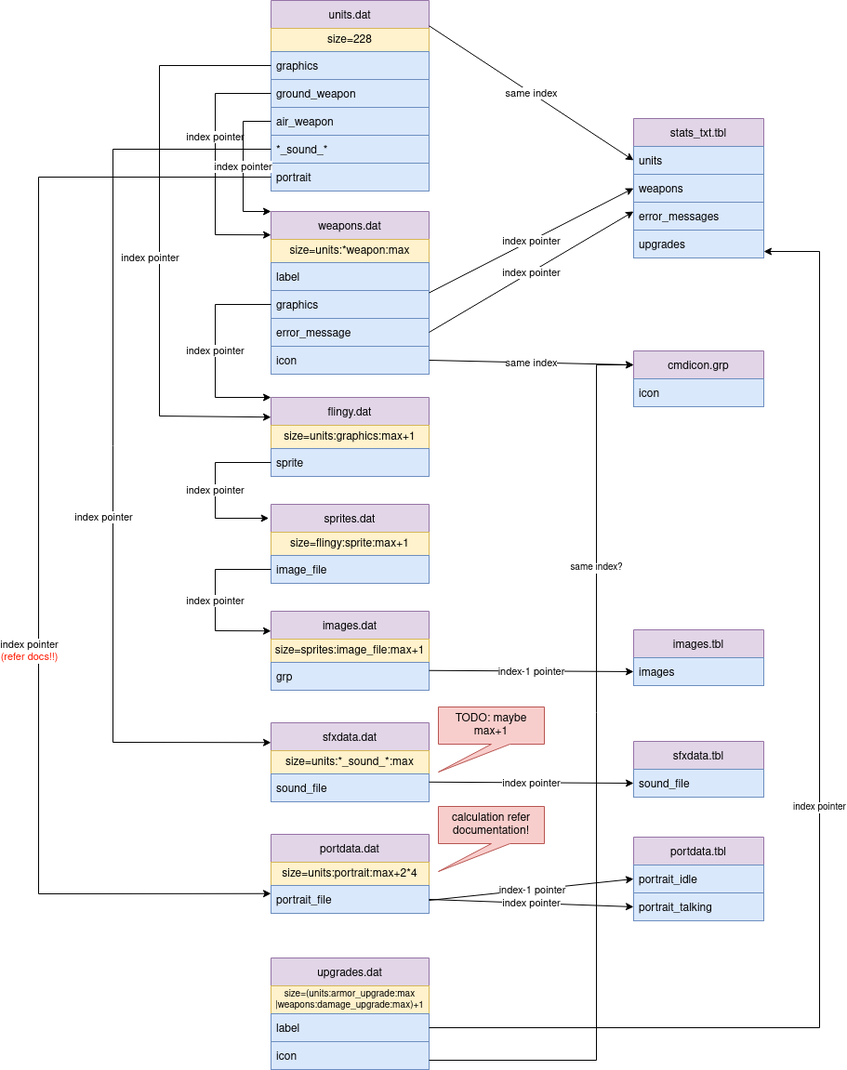
Earlier version of the draw.io export doc/sc_dat_architecture.drawio.png (Wargus/stargus). Source tidied: cells renumbered, new cells last; positions are measured from the earlier drawing's top-left corner, leaving out a move shared by most shapes.
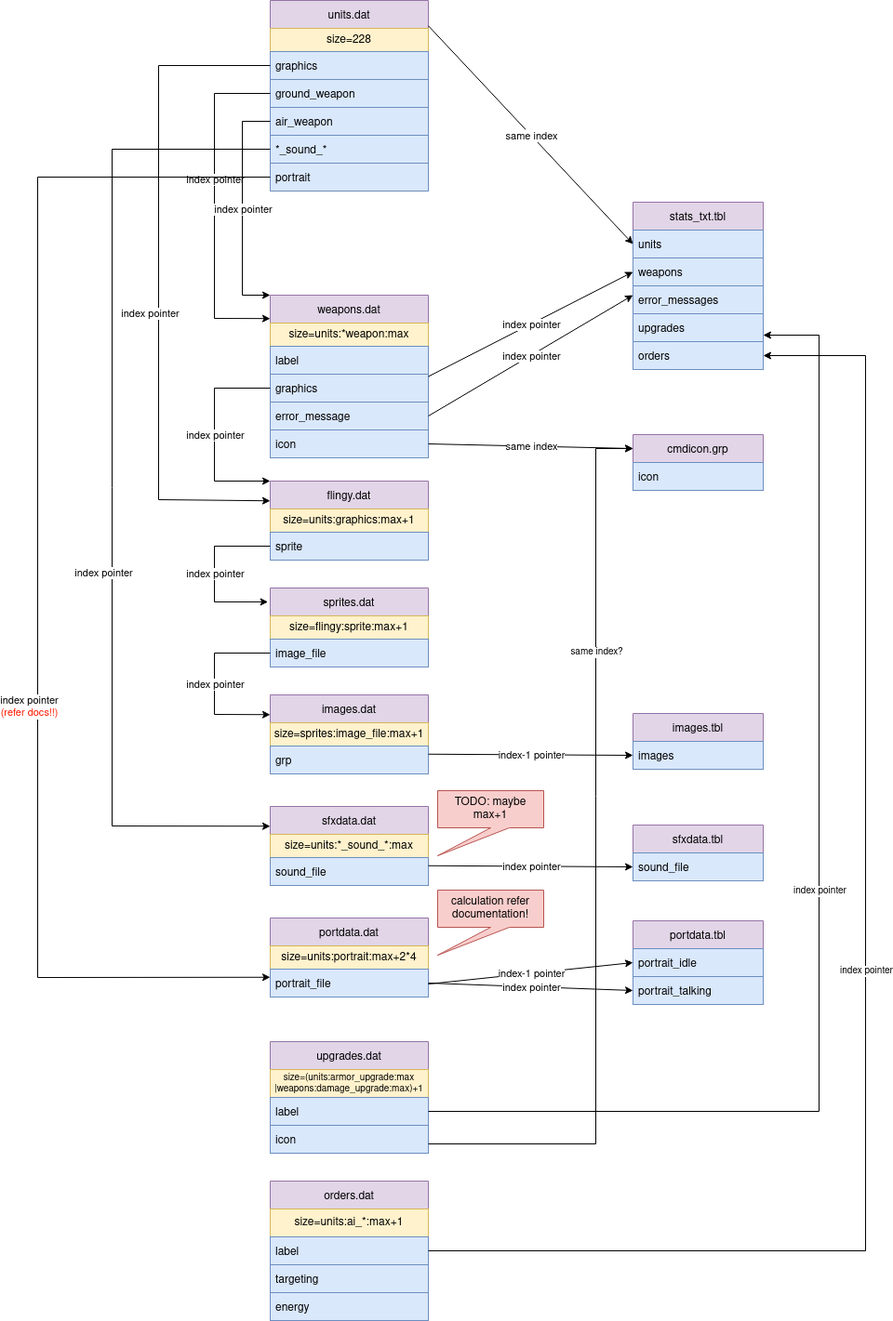
The same diagram one commit later.

The edit, as a diff of the source:
```diff
@@ -3,7 +3,7 @@
     <mxCell id="0" />
     <mxCell id="1" parent="0" />
     <mxCell id="2" value="units.dat" style="swimlane;fontStyle=0;horizontal=1;startSize=30;fillColor=#e1d5e7;strokeColor=#9673a6;" parent="1" vertex="1">
-      <mxGeometry x="250" width="170" height="205" as="geometry" />
+      <mxGeometry x="250" y="-90" width="170" height="205" as="geometry" />
     </mxCell>
     <mxCell id="3" value="size=228" style="rounded=0;whiteSpace=wrap;html=1;fillColor=#fff2cc;strokeColor=#d6b656;" parent="2" vertex="1">
       <mxGeometry y="30" width="170" height="25" as="geometry" />
@@ -69,7 +69,7 @@
       <mxGeometry y="55" width="170" height="30" as="geometry" />
     </mxCell>
     <mxCell id="24" value="stats_txt.tbl" style="swimlane;fontStyle=0;horizontal=1;startSize=30;fillColor=#e1d5e7;strokeColor=#9673a6;" parent="1" vertex="1">
-      <mxGeometry x="640" y="127" width="140" height="150" as="geometry" />
+      <mxGeometry x="640" y="127" width="140" height="180" as="geometry" />
     </mxCell>
     <mxCell id="25" value="units" style="text;strokeColor=#6c8ebf;fillColor=#dae8fc;align=left;verticalAlign=middle;spacingLeft=4;spacingRight=4;overflow=hidden;points=[[0,0.5],[1,0.5]];portConstraint=eastwest;" parent="24" vertex="1">
       <mxGeometry y="30" width="140" height="30" as="geometry" />
@@ -83,6 +83,9 @@
     <mxCell id="28" value="upgrades" style="text;strokeColor=#6c8ebf;fillColor=#dae8fc;align=left;verticalAlign=middle;spacingLeft=4;spacingRight=4;overflow=hidden;" parent="24" vertex="1">
       <mxGeometry y="120" width="140" height="30" as="geometry" />
     </mxCell>
+    <mxCell id="86" value="orders" style="text;strokeColor=#6c8ebf;fillColor=#dae8fc;align=left;verticalAlign=middle;spacingLeft=4;spacingRight=4;overflow=hidden;points=[[0,0.5],[1,0.5]];portConstraint=eastwest;" parent="24" vertex="1">
+      <mxGeometry y="150" width="140" height="30" as="geometry" />
+    </mxCell>
     <mxCell id="29" value="kk" style="endArrow=classic;html=1;rounded=0;exitX=1;exitY=0.133;exitDx=0;exitDy=0;entryX=0;entryY=0.5;entryDx=0;entryDy=0;exitPerimeter=0;" parent="1" edge="1" source="2" target="25">
       <mxGeometry relative="1" as="geometry" />
     </mxCell>
@@ -106,7 +109,7 @@
     <mxCell id="35" style="endArrow=classic;html=1;rounded=0;exitX=0;exitY=0.5;exitDx=0;exitDy=0;entryX=0;entryY=0.25;entryDx=0;entryDy=0;" parent="1" edge="1" source="4" target="15">
       <mxGeometry relative="1" as="geometry">
         <Array as="points">
-          <mxPoint x="130" y="70" />
+          <mxPoint x="130" y="-20" />
           <mxPoint x="130" y="447" />
         </Array>
       </mxGeometry>
@@ -147,7 +150,7 @@
     <mxCell id="43" style="endArrow=classic;html=1;rounded=0;exitX=0;exitY=0.5;exitDx=0;exitDy=0;entryX=0;entryY=0.144;entryDx=0;entryDy=0;entryPerimeter=0;" parent="1" edge="1" source="5" target="9">
       <mxGeometry relative="1" as="geometry">
         <Array as="points">
-          <mxPoint x="190" y="100" />
+          <mxPoint x="190" y="10" />
           <mxPoint x="190" y="252" />
         </Array>
       </mxGeometry>
@@ -160,7 +163,7 @@
     <mxCell id="45" style="endArrow=classic;html=1;rounded=0;exitX=0;exitY=0.5;exitDx=0;exitDy=0;entryX=0;entryY=0;entryDx=0;entryDy=0;" parent="1" edge="1" source="6" target="9">
       <mxGeometry relative="1" as="geometry">
         <Array as="points">
-          <mxPoint x="220" y="130" />
+          <mxPoint x="220" y="40" />
           <mxPoint x="220" y="227" />
         </Array>
       </mxGeometry>
@@ -224,7 +227,7 @@
     <mxCell id="62" style="endArrow=classic;html=1;rounded=0;entryX=0;entryY=0.25;entryDx=0;entryDy=0;exitX=0;exitY=0.5;exitDx=0;exitDy=0;" parent="1" edge="1" source="7" target="55">
       <mxGeometry relative="1" as="geometry">
         <Array as="points">
-          <mxPoint x="80" y="160" />
+          <mxPoint x="80" y="70" />
           <mxPoint x="80" y="798" />
         </Array>
       </mxGeometry>
@@ -266,7 +269,7 @@
     <mxCell id="73" style="endArrow=classic;html=1;rounded=0;entryX=0;entryY=0.75;entryDx=0;entryDy=0;exitX=0;exitY=0.5;exitDx=0;exitDy=0;" parent="1" edge="1" source="8" target="64">
       <mxGeometry relative="1" as="geometry">
         <Array as="points">
-          <mxPoint y="190" />
+          <mxPoint y="100" />
           <mxPoint y="961" />
         </Array>
       </mxGeometry>
@@ -322,5 +325,31 @@
     <mxCell id="85" value="index pointer" style="edgeLabel;html=1;align=center;verticalAlign=middle;fontSize=10;fontColor=#000000;" parent="84" vertex="1">
       <mxGeometry relative="1" as="geometry" />
     </mxCell>
+    <mxCell id="87" value="orders.dat" style="swimlane;fontStyle=0;horizontal=1;startSize=30;fillColor=#e1d5e7;strokeColor=#9673a6;" parent="1" vertex="1">
+      <mxGeometry x="250" y="1180" width="170" height="150" as="geometry" />
+    </mxCell>
+    <mxCell id="88" value="size=units:ai_*:max+1" style="rounded=0;whiteSpace=wrap;html=1;fillColor=#fff2cc;strokeColor=#d6b656;fontSize=12;" parent="87" vertex="1">
+      <mxGeometry y="30" width="170" height="30" as="geometry" />
+    </mxCell>
+    <mxCell id="89" value="label" style="text;strokeColor=#6c8ebf;fillColor=#dae8fc;align=left;verticalAlign=middle;spacingLeft=4;spacingRight=4;overflow=hidden;" parent="87" vertex="1">
+      <mxGeometry y="60" width="170" height="30" as="geometry" />
+    </mxCell>
+    <mxCell id="90" value="targeting" style="text;strokeColor=#6c8ebf;fillColor=#dae8fc;align=left;verticalAlign=middle;spacingLeft=4;spacingRight=4;overflow=hidden;" parent="87" vertex="1">
+      <mxGeometry y="90" width="170" height="30" as="geometry" />
+    </mxCell>
+    <mxCell id="91" value="energy" style="text;strokeColor=#6c8ebf;fillColor=#dae8fc;align=left;verticalAlign=middle;spacingLeft=4;spacingRight=4;overflow=hidden;" parent="87" vertex="1">
+      <mxGeometry y="120" width="170" height="30" as="geometry" />
+    </mxCell>
+    <mxCell id="92" style="endArrow=classic;html=1;rounded=0;fontSize=10;fontColor=#000000;exitX=1;exitY=0.5;exitDx=0;exitDy=0;entryX=1;entryY=0.5;entryDx=0;entryDy=0;" parent="1" edge="1" source="87" target="86">
+      <mxGeometry relative="1" as="geometry">
+        <Array as="points">
+          <mxPoint x="890" y="1255" />
+          <mxPoint x="890" y="292" />
+        </Array>
+      </mxGeometry>
+    </mxCell>
+    <mxCell id="93" value="index pointer" style="edgeLabel;html=1;align=center;verticalAlign=middle;fontSize=10;fontColor=#000000;" parent="92" vertex="1">
+      <mxGeometry relative="1" as="geometry" />
+    </mxCell>
   </root>
 </mxGraphModel>
```
